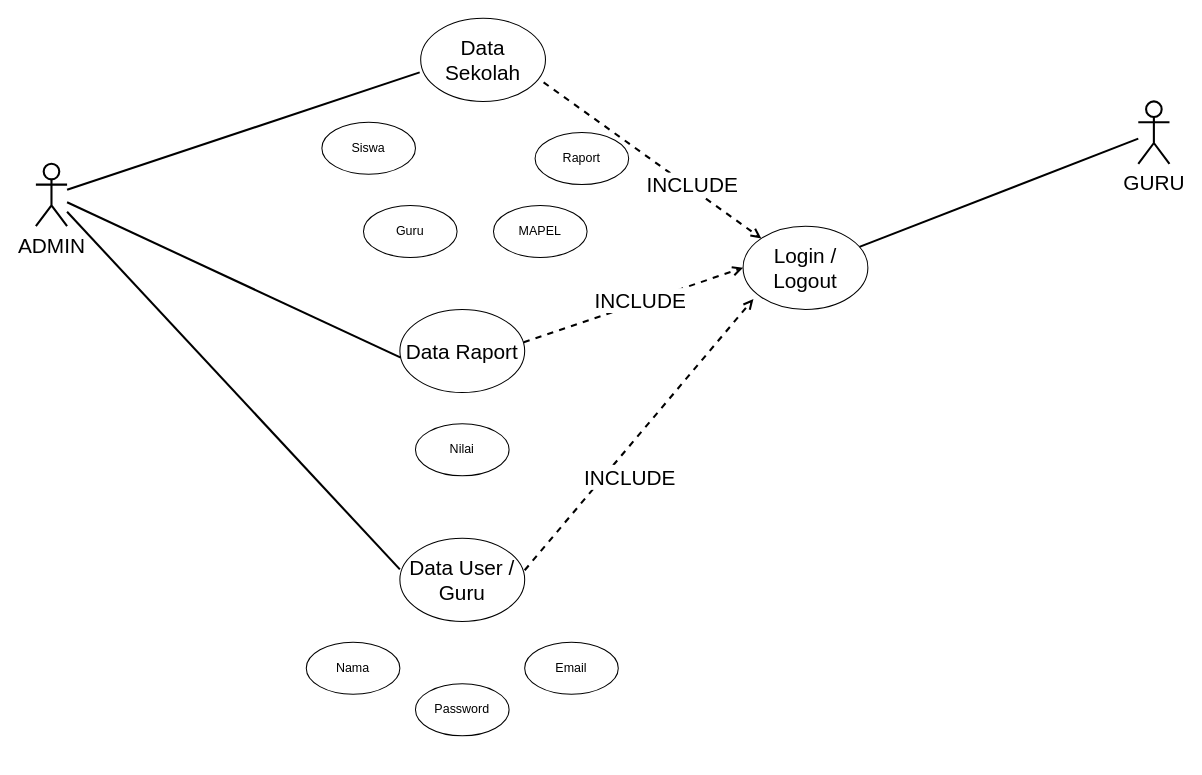
This is page "RPL USE CASE" (3 of 3) of Diagram Erd.drawio from dickisepto/Latihan-GIT, a draw.io file, before an edit. Source tidied: cells renumbered, new cells numbered last; positions are measured from the earlier drawing's top-left corner, leaving out a move shared by most shapes. Both pictures are drawn from the tidied source at 104%, with x=0, y=0 at pixel (35, 18).
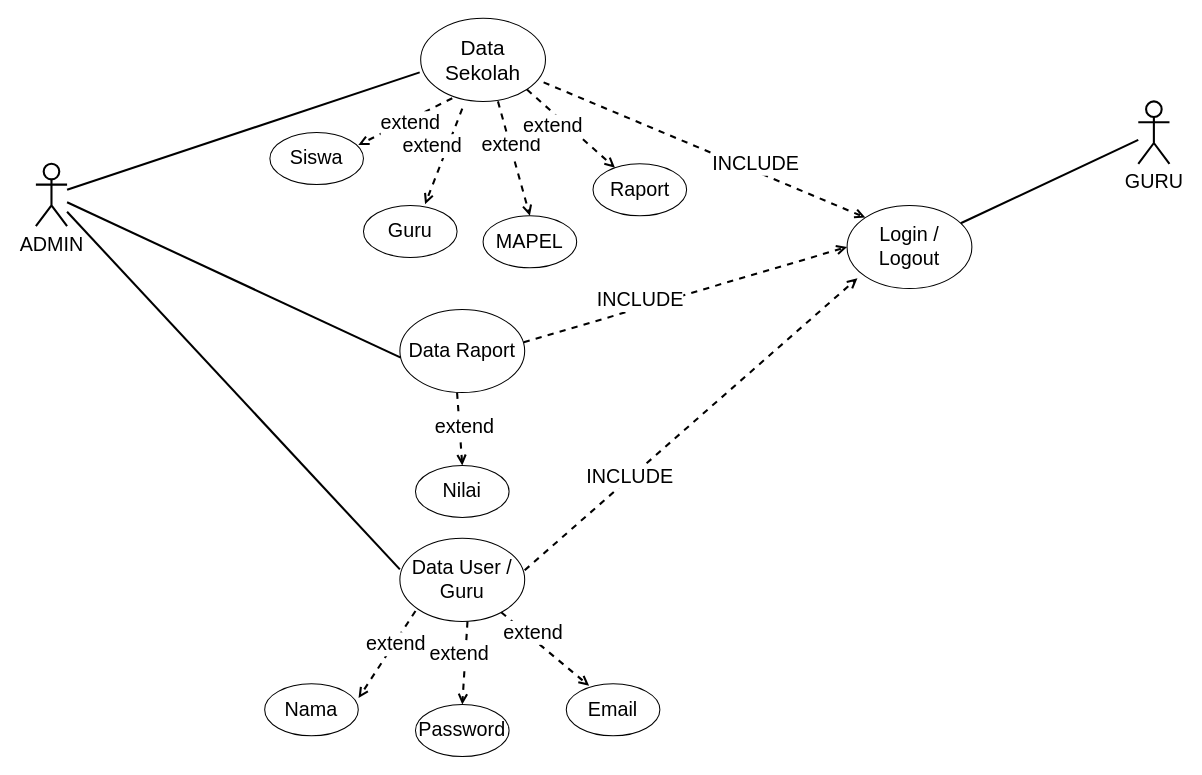
The same page after the edit.

The change refers to these unchanged cells:
```xml
<mxCell id="4" value="Data Sekolah" style="ellipse;whiteSpace=wrap;html=1;fontSize=20;" parent="1" vertex="1">
  <mxGeometry x="370" width="120" height="80" as="geometry" />
</mxCell>
```

The edit, as a diff of the source:
```diff
@@
-    <mxCell id="2" value="&lt;div style=&quot;font-size: 20px;&quot;&gt;ADMIN&lt;/div&gt;" style="shape=umlActor;verticalLabelPosition=bottom;verticalAlign=top;html=1;outlineConnect=0;fontSize=20;strokeWidth=2;" parent="1" vertex="1">
+    <mxCell id="2" value="&lt;div style=&quot;font-size: 19px;&quot;&gt;ADMIN&lt;/div&gt;" style="shape=umlActor;verticalLabelPosition=bottom;verticalAlign=top;html=1;outlineConnect=0;fontSize=19;strokeWidth=2;" parent="1" vertex="1">
       <mxGeometry y="140" width="30" height="60" as="geometry" />
     </mxCell>
-    <mxCell id="3" value="GURU" style="shape=umlActor;verticalLabelPosition=bottom;verticalAlign=top;html=1;outlineConnect=0;fontSize=20;strokeWidth=2;" parent="1" vertex="1">
+    <mxCell id="3" value="GURU" style="shape=umlActor;verticalLabelPosition=bottom;verticalAlign=top;html=1;outlineConnect=0;fontSize=19;strokeWidth=2;" parent="1" vertex="1">
       <mxGeometry x="1060" y="80" width="30" height="60" as="geometry" />
     </mxCell>
@@
-    <mxCell id="5" value="Data Raport" style="ellipse;whiteSpace=wrap;html=1;fontSize=20;" parent="1" vertex="1">
+    <mxCell id="5" value="Data Raport" style="ellipse;whiteSpace=wrap;html=1;fontSize=19;" parent="1" vertex="1">
       <mxGeometry x="350" y="280" width="120" height="80" as="geometry" />
     </mxCell>
-    <mxCell id="6" value="Login / Logout" style="ellipse;whiteSpace=wrap;html=1;fontSize=20;" parent="1" vertex="1">
-      <mxGeometry x="680" y="200" width="120" height="80" as="geometry" />
+    <mxCell id="6" value="Login / Logout" style="ellipse;whiteSpace=wrap;html=1;fontSize=19;" parent="1" vertex="1">
+      <mxGeometry x="780" y="180" width="120" height="80" as="geometry" />
     </mxCell>
-    <mxCell id="7" value="Data User / Guru" style="ellipse;whiteSpace=wrap;html=1;fontSize=20;" parent="1" vertex="1">
+    <mxCell id="7" value="Data User / Guru" style="ellipse;whiteSpace=wrap;html=1;fontSize=19;" parent="1" vertex="1">
       <mxGeometry x="350" y="500" width="120" height="80" as="geometry" />
     </mxCell>
-    <mxCell id="8" style="endArrow=none;html=1;rounded=0;entryX=-0.008;entryY=0.651;entryDx=0;entryDy=0;entryPerimeter=0;fontSize=20;strokeWidth=2;" parent="1" edge="1" source="2" target="4">
+    <mxCell id="8" style="endArrow=none;html=1;rounded=0;entryX=-0.008;entryY=0.651;entryDx=0;entryDy=0;entryPerimeter=0;fontSize=19;strokeWidth=2;" parent="1" edge="1" source="2" target="4">
       <mxGeometry relative="1" as="geometry" />
     </mxCell>
-    <mxCell id="9" style="endArrow=none;html=1;rounded=0;entryX=0.007;entryY=0.58;entryDx=0;entryDy=0;entryPerimeter=0;fontSize=20;strokeWidth=2;" parent="1" edge="1" source="2" target="5">
+    <mxCell id="9" style="endArrow=none;html=1;rounded=0;entryX=0.007;entryY=0.58;entryDx=0;entryDy=0;entryPerimeter=0;fontSize=19;strokeWidth=2;" parent="1" edge="1" source="2" target="5">
       <mxGeometry relative="1" as="geometry" />
     </mxCell>
-    <mxCell id="10" style="endArrow=none;html=1;rounded=0;entryX=0;entryY=0.375;entryDx=0;entryDy=0;entryPerimeter=0;fontSize=20;strokeWidth=2;" parent="1" edge="1" source="2" target="7">
+    <mxCell id="10" style="endArrow=none;html=1;rounded=0;entryX=0;entryY=0.375;entryDx=0;entryDy=0;entryPerimeter=0;fontSize=19;strokeWidth=2;" parent="1" edge="1" source="2" target="7">
       <mxGeometry relative="1" as="geometry" />
     </mxCell>
-    <mxCell id="11" style="endArrow=open;html=1;rounded=0;entryX=0;entryY=0;entryDx=0;entryDy=0;exitX=0.985;exitY=0.771;exitDx=0;exitDy=0;exitPerimeter=0;dashed=1;endFill=0;fontSize=20;strokeWidth=2;" parent="1" edge="1" source="4" target="6">
+    <mxCell id="11" style="endArrow=open;html=1;rounded=0;entryX=0;entryY=0;entryDx=0;entryDy=0;exitX=0.985;exitY=0.771;exitDx=0;exitDy=0;exitPerimeter=0;dashed=1;endFill=0;fontSize=19;strokeWidth=2;" parent="1" edge="1" source="4" target="6">
       <mxGeometry relative="1" as="geometry" />
     </mxCell>
-    <mxCell id="12" value="&lt;div style=&quot;font-size: 20px;&quot;&gt;INCLUDE&lt;/div&gt;" style="edgeLabel;html=1;align=center;verticalAlign=middle;fontSize=20;" parent="11" vertex="1">
+    <mxCell id="12" value="&lt;div style=&quot;font-size: 19px;&quot;&gt;INCLUDE&lt;/div&gt;" style="edgeLabel;html=1;align=center;verticalAlign=middle;fontSize=19;" parent="11" vertex="1">
       <mxGeometry x="-0.55" y="-3" relative="1" as="geometry">
-        <mxPoint x="97" y="62" as="offset" />
+        <mxPoint x="134" y="46" as="offset" />
       </mxGeometry>
     </mxCell>
-    <mxCell id="13" style="endArrow=open;html=1;rounded=0;entryX=0;entryY=0.5;entryDx=0;entryDy=0;exitX=0.992;exitY=0.396;exitDx=0;exitDy=0;exitPerimeter=0;dashed=1;endFill=0;fontSize=20;strokeWidth=2;" parent="1" edge="1" source="5" target="6">
+    <mxCell id="13" style="endArrow=open;html=1;rounded=0;entryX=0;entryY=0.5;entryDx=0;entryDy=0;exitX=0.992;exitY=0.396;exitDx=0;exitDy=0;exitPerimeter=0;dashed=1;endFill=0;fontSize=19;strokeWidth=2;" parent="1" edge="1" source="5" target="6">
       <mxGeometry relative="1" as="geometry" />
     </mxCell>
-    <mxCell id="14" style="endArrow=open;html=1;rounded=0;entryX=0.083;entryY=0.875;entryDx=0;entryDy=0;exitX=1;exitY=0.385;exitDx=0;exitDy=0;exitPerimeter=0;entryPerimeter=0;dashed=1;endFill=0;fontSize=20;strokeWidth=2;" parent="1" edge="1" source="7" target="6">
+    <mxCell id="14" style="endArrow=open;html=1;rounded=0;entryX=0.083;entryY=0.875;entryDx=0;entryDy=0;exitX=1;exitY=0.385;exitDx=0;exitDy=0;exitPerimeter=0;entryPerimeter=0;dashed=1;endFill=0;fontSize=19;strokeWidth=2;" parent="1" edge="1" source="7" target="6">
       <mxGeometry relative="1" as="geometry" />
     </mxCell>
-    <mxCell id="15" value="&lt;div style=&quot;font-size: 20px;&quot;&gt;INCLUDE&lt;/div&gt;" style="edgeLabel;html=1;align=center;verticalAlign=middle;fontSize=20;" parent="1" vertex="1">
+    <mxCell id="15" value="&lt;div style=&quot;font-size: 19px;&quot;&gt;INCLUDE&lt;/div&gt;" style="edgeLabel;html=1;align=center;verticalAlign=middle;fontSize=19;" parent="1" vertex="1">
       <mxGeometry x="580.7" y="270" as="geometry" />
     </mxCell>
-    <mxCell id="16" value="&lt;div style=&quot;font-size: 20px;&quot;&gt;INCLUDE&lt;/div&gt;" style="edgeLabel;html=1;align=center;verticalAlign=middle;fontSize=20;" parent="1" vertex="1">
+    <mxCell id="16" value="&lt;div style=&quot;font-size: 19px;&quot;&gt;INCLUDE&lt;/div&gt;" style="edgeLabel;html=1;align=center;verticalAlign=middle;fontSize=19;" parent="1" vertex="1">
       <mxGeometry x="570" y="440" as="geometry" />
     </mxCell>
-    <mxCell id="17" value="Siswa" style="ellipse;whiteSpace=wrap;html=1;" parent="1" vertex="1">
-      <mxGeometry x="275" y="100" width="90" height="50" as="geometry" />
+    <mxCell id="17" value="Siswa" style="ellipse;whiteSpace=wrap;html=1;fontSize=19;" parent="1" vertex="1">
+      <mxGeometry x="225" y="110" width="90" height="50" as="geometry" />
     </mxCell>
-    <mxCell id="18" value="Guru" style="ellipse;whiteSpace=wrap;html=1;" parent="1" vertex="1">
+    <mxCell id="18" value="Guru" style="ellipse;whiteSpace=wrap;html=1;fontSize=19;" parent="1" vertex="1">
       <mxGeometry x="315" y="180" width="90" height="50" as="geometry" />
     </mxCell>
-    <mxCell id="19" value="MAPEL" style="ellipse;whiteSpace=wrap;html=1;" parent="1" vertex="1">
-      <mxGeometry x="440" y="180" width="90" height="50" as="geometry" />
+    <mxCell id="19" value="MAPEL" style="ellipse;whiteSpace=wrap;html=1;fontSize=19;" parent="1" vertex="1">
+      <mxGeometry x="430" y="190" width="90" height="50" as="geometry" />
     </mxCell>
-    <mxCell id="20" value="Raport" style="ellipse;whiteSpace=wrap;html=1;" parent="1" vertex="1">
-      <mxGeometry x="480" y="110" width="90" height="50" as="geometry" />
+    <mxCell id="20" value="Raport" style="ellipse;whiteSpace=wrap;html=1;fontSize=19;" parent="1" vertex="1">
+      <mxGeometry x="535.7" y="140" width="90" height="50" as="geometry" />
     </mxCell>
-    <mxCell id="21" value="Nilai" style="ellipse;whiteSpace=wrap;html=1;" parent="1" vertex="1">
-      <mxGeometry x="365" y="390" width="90" height="50" as="geometry" />
+    <mxCell id="21" value="Nilai" style="ellipse;whiteSpace=wrap;html=1;fontSize=19;" parent="1" vertex="1">
+      <mxGeometry x="365" y="430" width="90" height="50" as="geometry" />
     </mxCell>
-    <mxCell id="22" value="Nama" style="ellipse;whiteSpace=wrap;html=1;" parent="1" vertex="1">
-      <mxGeometry x="260" y="600" width="90" height="50" as="geometry" />
+    <mxCell id="22" value="Nama" style="ellipse;whiteSpace=wrap;html=1;fontSize=19;" parent="1" vertex="1">
+      <mxGeometry x="220" y="640" width="90" height="50" as="geometry" />
     </mxCell>
-    <mxCell id="23" value="Password" style="ellipse;whiteSpace=wrap;html=1;" parent="1" vertex="1">
-      <mxGeometry x="365" y="640" width="90" height="50" as="geometry" />
+    <mxCell id="23" value="Password" style="ellipse;whiteSpace=wrap;html=1;fontSize=19;" parent="1" vertex="1">
+      <mxGeometry x="365" y="660" width="90" height="50" as="geometry" />
     </mxCell>
-    <mxCell id="24" value="Email" style="ellipse;whiteSpace=wrap;html=1;" parent="1" vertex="1">
-      <mxGeometry x="470" y="600" width="90" height="50" as="geometry" />
+    <mxCell id="24" value="Email" style="ellipse;whiteSpace=wrap;html=1;fontSize=19;" parent="1" vertex="1">
+      <mxGeometry x="510" y="640" width="90" height="50" as="geometry" />
     </mxCell>
-    <mxCell id="25" style="endArrow=none;html=1;rounded=0;strokeWidth=2;" parent="1" edge="1" source="6" target="3">
+    <mxCell id="25" style="endArrow=none;html=1;rounded=0;strokeWidth=2;fontSize=19;" parent="1" edge="1" source="6" target="3">
       <mxGeometry relative="1" as="geometry" />
     </mxCell>
+    <mxCell id="26" style="endArrow=open;html=1;rounded=0;entryX=0.945;entryY=0.239;entryDx=0;entryDy=0;exitX=0.253;exitY=0.962;exitDx=0;exitDy=0;exitPerimeter=0;dashed=1;endFill=0;fontSize=19;strokeWidth=2;entryPerimeter=0;" parent="1" edge="1" source="4" target="17">
+      <mxGeometry relative="1" as="geometry" />
+    </mxCell>
+    <mxCell id="27" value="extend" style="edgeLabel;html=1;align=center;verticalAlign=middle;fontSize=19;" parent="26" vertex="1">
+      <mxGeometry x="-0.55" y="-3" relative="1" as="geometry">
+        <mxPoint x="-19" y="16" as="offset" />
+      </mxGeometry>
+    </mxCell>
+    <mxCell id="28" style="endArrow=open;html=1;rounded=0;entryX=0.658;entryY=-0.022;entryDx=0;entryDy=0;exitX=0.253;exitY=0.962;exitDx=0;exitDy=0;exitPerimeter=0;dashed=1;endFill=0;fontSize=19;strokeWidth=2;entryPerimeter=0;" parent="1" edge="1" target="18">
+      <mxGeometry relative="1" as="geometry">
+        <mxPoint x="410" y="87" as="sourcePoint" />
+      </mxGeometry>
+    </mxCell>
+    <mxCell id="29" value="extend" style="edgeLabel;html=1;align=center;verticalAlign=middle;fontSize=19;" parent="28" vertex="1">
+      <mxGeometry x="-0.55" y="-3" relative="1" as="geometry">
+        <mxPoint x="-19" y="16" as="offset" />
+      </mxGeometry>
+    </mxCell>
+    <mxCell id="30" style="endArrow=open;html=1;rounded=0;entryX=0.5;entryY=0;entryDx=0;entryDy=0;exitX=0.583;exitY=1;exitDx=0;exitDy=0;exitPerimeter=0;dashed=1;endFill=0;fontSize=19;strokeWidth=2;" parent="1" edge="1" target="19">
+      <mxGeometry relative="1" as="geometry">
+        <mxPoint x="444.3" y="80" as="sourcePoint" />
+      </mxGeometry>
+    </mxCell>
+    <mxCell id="31" value="extend" style="edgeLabel;html=1;align=center;verticalAlign=middle;fontSize=19;" parent="30" vertex="1">
+      <mxGeometry x="-0.55" y="-3" relative="1" as="geometry">
+        <mxPoint x="8" y="16" as="offset" />
+      </mxGeometry>
+    </mxCell>
+    <mxCell id="32" style="endArrow=open;html=1;rounded=0;exitX=0.583;exitY=1;exitDx=0;exitDy=0;exitPerimeter=0;dashed=1;endFill=0;fontSize=19;strokeWidth=2;" parent="1" edge="1" target="20">
+      <mxGeometry relative="1" as="geometry">
+        <mxPoint x="472.2" y="68.6" as="sourcePoint" />
+      </mxGeometry>
+    </mxCell>
+    <mxCell id="33" value="extend" style="edgeLabel;html=1;align=center;verticalAlign=middle;fontSize=19;" parent="32" vertex="1">
+      <mxGeometry x="-0.55" y="-3" relative="1" as="geometry">
+        <mxPoint x="8" y="16" as="offset" />
+      </mxGeometry>
+    </mxCell>
+    <mxCell id="34" style="endArrow=open;html=1;rounded=0;exitX=0.583;exitY=1;exitDx=0;exitDy=0;exitPerimeter=0;dashed=1;endFill=0;fontSize=19;strokeWidth=2;entryX=0.5;entryY=0;entryDx=0;entryDy=0;" parent="1" edge="1" target="21">
+      <mxGeometry relative="1" as="geometry">
+        <mxPoint x="405" y="360" as="sourcePoint" />
+      </mxGeometry>
+    </mxCell>
+    <mxCell id="35" value="extend" style="edgeLabel;html=1;align=center;verticalAlign=middle;fontSize=19;" parent="34" vertex="1">
+      <mxGeometry x="-0.55" y="-3" relative="1" as="geometry">
+        <mxPoint x="8" y="16" as="offset" />
+      </mxGeometry>
+    </mxCell>
+    <mxCell id="36" style="endArrow=open;html=1;rounded=0;exitX=0.583;exitY=1;exitDx=0;exitDy=0;exitPerimeter=0;dashed=1;endFill=0;fontSize=19;strokeWidth=2;entryX=1.003;entryY=0.275;entryDx=0;entryDy=0;entryPerimeter=0;" parent="1" edge="1" target="22">
+      <mxGeometry relative="1" as="geometry">
+        <mxPoint x="365" y="570" as="sourcePoint" />
+      </mxGeometry>
+    </mxCell>
+    <mxCell id="37" value="extend" style="edgeLabel;html=1;align=center;verticalAlign=middle;fontSize=19;" parent="36" vertex="1">
+      <mxGeometry x="-0.55" y="-3" relative="1" as="geometry">
+        <mxPoint x="-4" y="14" as="offset" />
+      </mxGeometry>
+    </mxCell>
+    <mxCell id="38" style="endArrow=open;html=1;rounded=0;exitX=0.583;exitY=1;exitDx=0;exitDy=0;exitPerimeter=0;dashed=1;endFill=0;fontSize=19;strokeWidth=2;entryX=0.5;entryY=0;entryDx=0;entryDy=0;" parent="1" edge="1" target="23">
+      <mxGeometry relative="1" as="geometry">
+        <mxPoint x="415" y="580" as="sourcePoint" />
+      </mxGeometry>
+    </mxCell>
+    <mxCell id="39" value="extend" style="edgeLabel;html=1;align=center;verticalAlign=middle;fontSize=19;" parent="38" vertex="1">
+      <mxGeometry x="-0.55" y="-3" relative="1" as="geometry">
+        <mxPoint x="-4" y="14" as="offset" />
+      </mxGeometry>
+    </mxCell>
+    <mxCell id="40" style="endArrow=open;html=1;rounded=0;dashed=1;endFill=0;fontSize=19;strokeWidth=2;entryX=0.244;entryY=0.039;entryDx=0;entryDy=0;entryPerimeter=0;" parent="1" edge="1" source="7" target="24">
+      <mxGeometry relative="1" as="geometry" />
+    </mxCell>
+    <mxCell id="41" value="extend" style="edgeLabel;html=1;align=center;verticalAlign=middle;fontSize=19;" parent="40" vertex="1">
+      <mxGeometry x="-0.55" y="-3" relative="1" as="geometry">
+        <mxPoint x="13" y="1" as="offset" />
+      </mxGeometry>
+    </mxCell>
```
